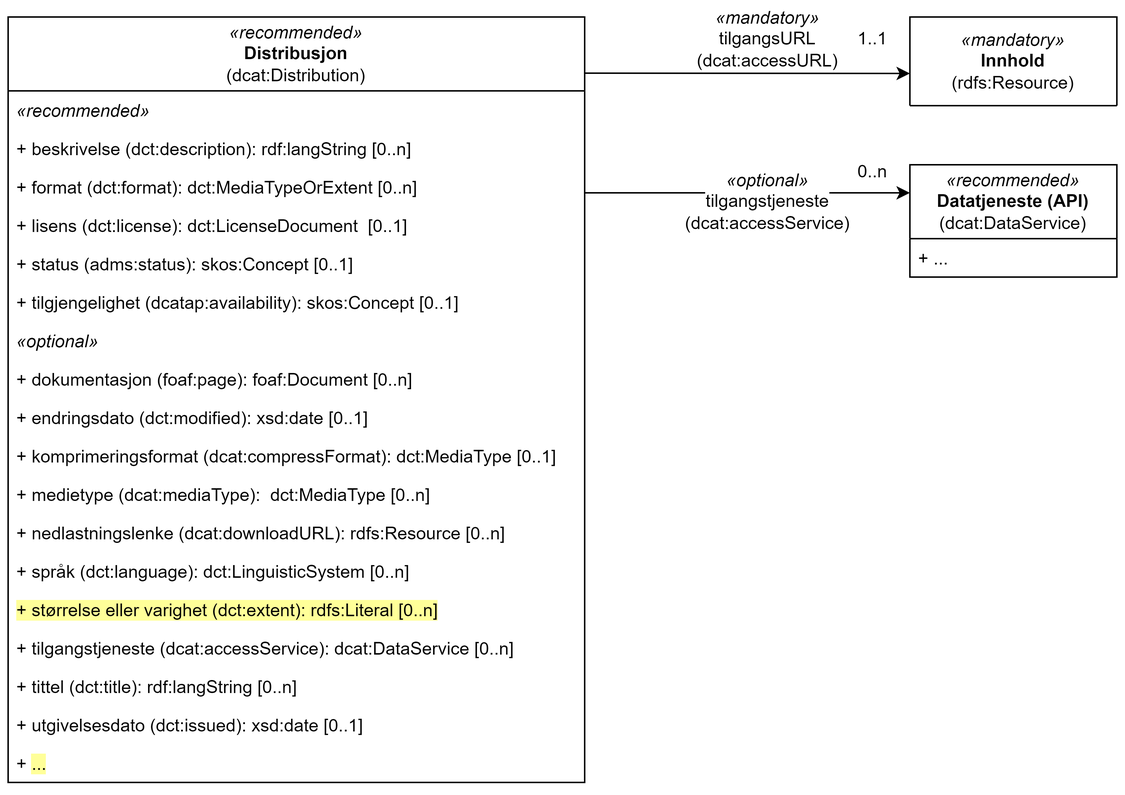
jimjyang/playground keeps this draw.io diagram as cdvno/images/cdvno-distribution.png. Above is the earlier version. Source tidied: cells renumbered, new cells last; positions are measured from the earlier drawing's top-left corner, leaving out a move shared by most shapes.
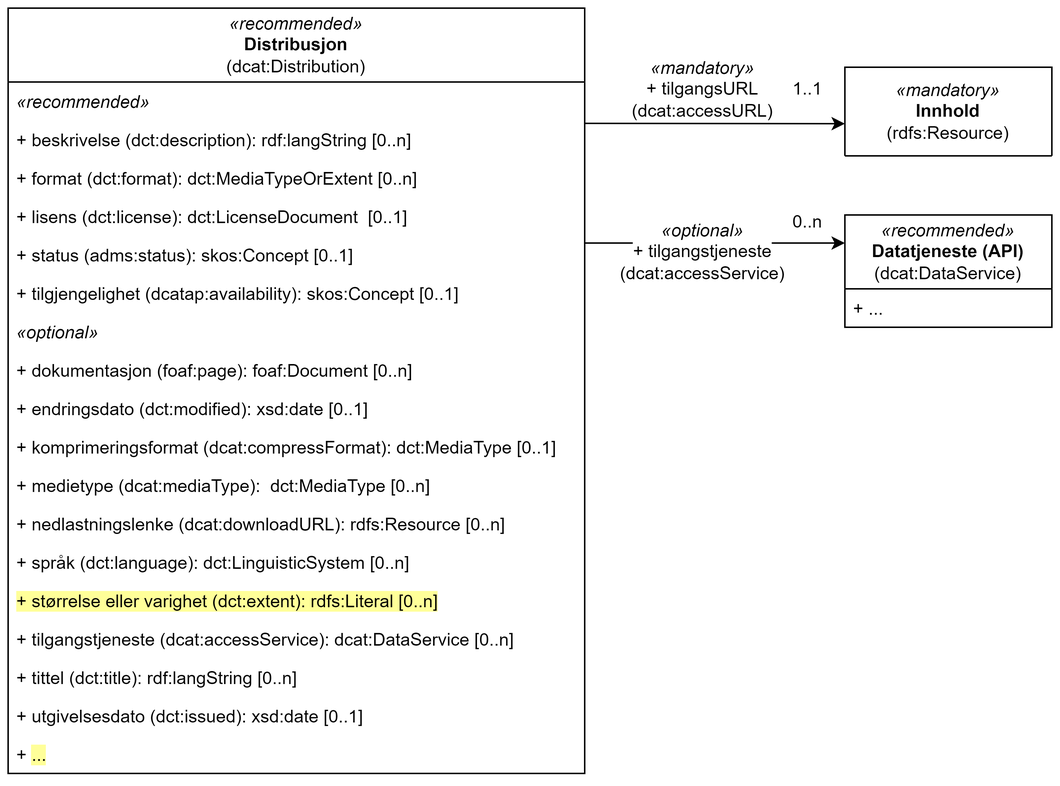
Later version of the same file.

What changed in the source:
```diff
@@ -6,7 +6,7 @@
       <mxGeometry x="610" width="140" height="60" as="geometry" />
     </mxCell>
     <mxCell id="3" value="&lt;i style=&quot;border-color: var(--border-color);&quot;&gt;«recommended»&lt;/i&gt;&lt;br style=&quot;border-color: var(--border-color);&quot;&gt;&lt;b style=&quot;border-color: var(--border-color);&quot;&gt;Distribusjon&lt;br style=&quot;border-color: var(--border-color);&quot;&gt;&lt;/b&gt;(dcat:Distribution)" style="swimlane;fontStyle=0;horizontal=1;startSize=50;fillColor=none;whiteSpace=wrap;html=1;" parent="1" vertex="1">
-      <mxGeometry width="390" height="518" as="geometry" />
+      <mxGeometry x="44" y="-40" width="390" height="518" as="geometry" />
     </mxCell>
     <mxCell id="4" value="&lt;i&gt;«recommended»&lt;/i&gt;" style="text;strokeColor=none;fillColor=none;align=left;verticalAlign=top;spacingLeft=4;spacingRight=4;overflow=hidden;whiteSpace=wrap;html=1;" parent="3" vertex="1">
       <mxGeometry y="50" width="390" height="26" as="geometry" />
@@ -70,21 +70,21 @@
     </mxCell>
     <mxCell id="24" style="endArrow=classic;html=1;rounded=0;entryX=0;entryY=0.637;entryDx=0;entryDy=0;entryPerimeter=0;" parent="1" edge="1" target="2">
       <mxGeometry relative="1" as="geometry">
-        <mxPoint x="390" y="38" as="sourcePoint" />
+        <mxPoint x="434" y="38" as="sourcePoint" />
       </mxGeometry>
     </mxCell>
     <mxCell id="25" value="1..1" style="text;html=1;strokeColor=none;fillColor=none;align=center;verticalAlign=middle;whiteSpace=wrap;rounded=0;" parent="1" vertex="1">
       <mxGeometry x="570" width="30" height="30" as="geometry" />
     </mxCell>
-    <mxCell id="26" value="&lt;span style=&quot;background-color: rgb(255, 255, 255);&quot;&gt;&lt;i style=&quot;border-color: var(--border-color);&quot;&gt;«mandatory»&lt;br&gt;&lt;/i&gt;tilgangsURL&lt;br&gt;(dcat:accessURL)&lt;/span&gt;" style="text;html=1;strokeColor=none;fillColor=none;align=center;verticalAlign=middle;whiteSpace=wrap;rounded=0;" parent="1" vertex="1">
+    <mxCell id="26" value="&lt;span style=&quot;background-color: rgb(255, 255, 255);&quot;&gt;&lt;i style=&quot;border-color: var(--border-color);&quot;&gt;«mandatory»&lt;br&gt;&lt;/i&gt;+ tilgangsURL&lt;br&gt;(dcat:accessURL)&lt;/span&gt;" style="text;html=1;strokeColor=none;fillColor=none;align=center;verticalAlign=middle;whiteSpace=wrap;rounded=0;" parent="1" vertex="1">
       <mxGeometry x="484" width="60" height="30" as="geometry" />
     </mxCell>
     <mxCell id="27" style="endArrow=classic;html=1;rounded=0;entryX=0;entryY=0.25;entryDx=0;entryDy=0;" parent="1" edge="1" target="22">
       <mxGeometry relative="1" as="geometry">
-        <mxPoint x="390" y="119" as="sourcePoint" />
+        <mxPoint x="434" y="119" as="sourcePoint" />
       </mxGeometry>
     </mxCell>
-    <mxCell id="28" value="&lt;span style=&quot;background-color: rgb(255, 255, 255);&quot;&gt;&lt;i style=&quot;border-color: var(--border-color);&quot;&gt;«optional»&lt;br&gt;&lt;/i&gt;tilgangstjeneste&lt;br&gt;(dcat:accessService)&lt;/span&gt;" style="text;html=1;strokeColor=none;fillColor=none;align=center;verticalAlign=middle;whiteSpace=wrap;rounded=0;" parent="1" vertex="1">
+    <mxCell id="28" value="&lt;span style=&quot;background-color: rgb(255, 255, 255);&quot;&gt;&lt;i style=&quot;border-color: var(--border-color);&quot;&gt;«optional»&lt;br&gt;&lt;/i&gt;+ tilgangstjeneste&lt;br&gt;(dcat:accessService)&lt;/span&gt;" style="text;html=1;strokeColor=none;fillColor=none;align=center;verticalAlign=middle;whiteSpace=wrap;rounded=0;" parent="1" vertex="1">
       <mxGeometry x="484" y="110" width="60" height="30" as="geometry" />
     </mxCell>
     <mxCell id="29" value="0..n" style="text;html=1;strokeColor=none;fillColor=none;align=center;verticalAlign=middle;whiteSpace=wrap;rounded=0;" parent="1" vertex="1">
```
